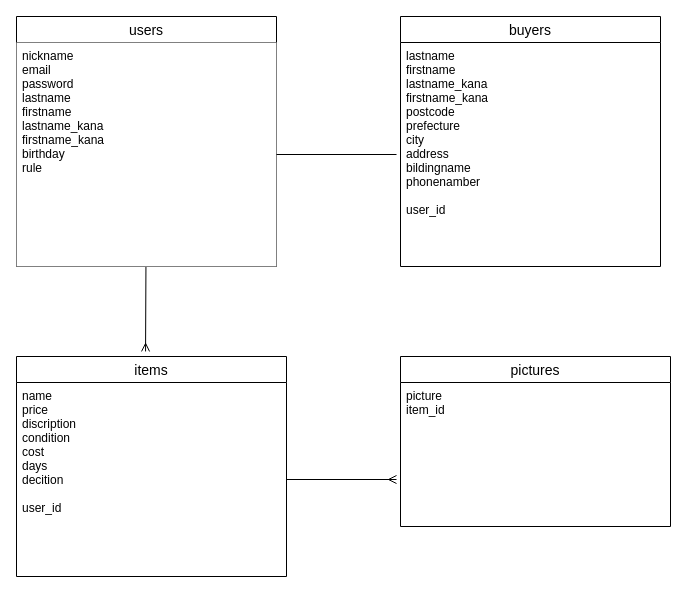
miyoon17/furima-40098 keeps this draw.io diagram as app/views/test.dio. Above is the earlier version. Source tidied: cells renumbered, new cells numbered last; positions are measured from the earlier drawing's top-left corner, leaving out a move shared by most shapes. Both pictures are drawn from the tidied source at 100%, with x=0, y=0 at pixel (16, 16).
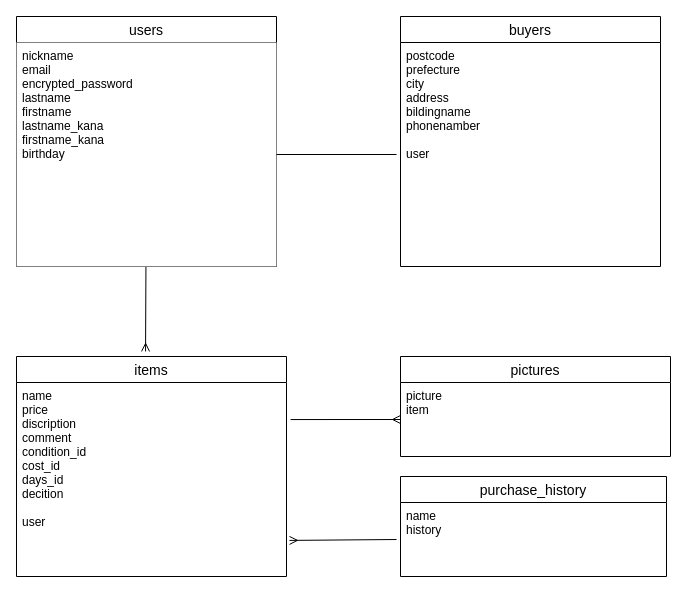
The same page after the edit.

Commit message (it also covers changes not shown here):
データベース設計 訂正

Change to the diagram source:
```diff
@@
 <mxGraphModel>
   <root>
     <mxCell id="0" />
     <mxCell id="1" parent="0" />
     <mxCell id="2" style="edgeStyle=none;html=1;entryX=0.478;entryY=-0.023;entryDx=0;entryDy=0;entryPerimeter=0;endArrow=ERmany;endFill=0;" parent="1" edge="1" source="3" target="5">
       <mxGeometry relative="1" as="geometry" />
     </mxCell>
     <mxCell id="3" value="users" style="swimlane;fontStyle=0;horizontal=1;startSize=26;align=center;fontSize=14;" parent="1" vertex="1">
       <mxGeometry width="260" height="250" as="geometry" />
     </mxCell>
-    <mxCell id="4" value="nickname&#10;email&#10;password&#10;lastname&#10;firstname&#10;lastname_kana&#10;firstname_kana&#10;birthday&#10;rule" style="text;strokeColor=none;fillColor=default;spacingLeft=4;spacingRight=4;overflow=hidden;points=[[0,0.5],[1,0.5]];portConstraint=eastwest;fontSize=12;" parent="3" vertex="1">
+    <mxCell id="4" value="nickname&#10;email&#10;encrypted_password&#10;lastname&#10;firstname&#10;lastname_kana&#10;firstname_kana&#10;birthday" style="text;strokeColor=none;fillColor=default;spacingLeft=4;spacingRight=4;overflow=hidden;points=[[0,0.5],[1,0.5]];portConstraint=eastwest;fontSize=12;" parent="3" vertex="1">
       <mxGeometry y="26" width="260" height="224" as="geometry" />
     </mxCell>
     <mxCell id="5" value="items" style="swimlane;fontStyle=0;horizontal=1;startSize=26;align=center;fontSize=14;" parent="1" vertex="1">
       <mxGeometry y="340" width="270" height="220" as="geometry" />
     </mxCell>
     <mxCell id="6" value="buyers" style="swimlane;fontStyle=0;horizontal=1;startSize=26;align=center;fontSize=14;fillColor=default;" parent="1" vertex="1">
       <mxGeometry x="384" width="260" height="250" as="geometry" />
     </mxCell>
-    <mxCell id="7" value="lastname&#10;firstname&#10;lastname_kana&#10;firstname_kana&#10;postcode&#10;prefecture&#10;city&#10;address&#10;bildingname&#10;phonenamber&#10;&#10;user_id" style="text;strokeColor=none;fillColor=none;spacingLeft=4;spacingRight=4;overflow=hidden;fontSize=12;" parent="6" vertex="1">
+    <mxCell id="7" value="postcode&#10;prefecture&#10;city&#10;address&#10;bildingname&#10;phonenamber&#10;&#10;user" style="text;strokeColor=none;fillColor=none;spacingLeft=4;spacingRight=4;overflow=hidden;fontSize=12;" parent="6" vertex="1">
       <mxGeometry y="26" width="260" height="224" as="geometry" />
     </mxCell>
     <mxCell id="8" value="pictures" style="swimlane;fontStyle=0;horizontal=1;startSize=26;align=center;fontSize=14;fillColor=default;" parent="1" vertex="1">
-      <mxGeometry x="384" y="340" width="270" height="170" as="geometry" />
+      <mxGeometry x="384" y="340" width="270" height="100" as="geometry" />
     </mxCell>
-    <mxCell id="9" value="picture&#10;item_id" style="text;strokeColor=none;fillColor=none;spacingLeft=4;spacingRight=4;overflow=hidden;points=[[0,0.5],[1,0.5]];portConstraint=eastwest;fontSize=12;" parent="8" vertex="1">
-      <mxGeometry y="26" width="270" height="144" as="geometry" />
+    <mxCell id="9" value="picture&#10;item" style="text;strokeColor=none;fillColor=none;spacingLeft=4;spacingRight=4;overflow=hidden;points=[[0,0.5],[1,0.5]];portConstraint=eastwest;fontSize=12;" parent="8" vertex="1">
+      <mxGeometry y="26" width="270" height="74" as="geometry" />
     </mxCell>
-    <mxCell id="10" style="edgeStyle=none;html=1;endArrow=ERmany;endFill=0;" parent="1" edge="1" source="11">
-      <mxGeometry relative="1" as="geometry">
-        <mxPoint x="380" y="463" as="targetPoint" />
-      </mxGeometry>
+    <mxCell id="10" style="edgeStyle=none;html=1;endArrow=ERmany;endFill=0;entryX=0;entryY=0.5;entryDx=0;entryDy=0;exitX=1.015;exitY=0.191;exitDx=0;exitDy=0;exitPerimeter=0;" parent="1" edge="1" source="11" target="9">
+      <mxGeometry relative="1" as="geometry" />
     </mxCell>
-    <mxCell id="11" value="name&#10;price&#10;discription&#10;condition&#10;cost&#10;days&#10;decition&#10;&#10;user_id" style="text;strokeColor=none;fillColor=none;spacingLeft=4;spacingRight=4;overflow=hidden;points=[[0,0.5],[1,0.5]];portConstraint=eastwest;fontSize=12;" parent="1" vertex="1">
+    <mxCell id="11" value="name&#10;price&#10;discription&#10;comment&#10;condition_id&#10;cost_id&#10;days_id&#10;decition&#10;&#10;user" style="text;strokeColor=none;fillColor=none;spacingLeft=4;spacingRight=4;overflow=hidden;points=[[0,0.5],[1,0.5]];portConstraint=eastwest;fontSize=12;" parent="1" vertex="1">
       <mxGeometry y="366" width="270" height="194" as="geometry" />
     </mxCell>
     <mxCell id="12" style="edgeStyle=none;html=1;endArrow=none;endFill=0;" parent="1" edge="1" source="4">
       <mxGeometry relative="1" as="geometry">
         <mxPoint x="380" y="138" as="targetPoint" />
       </mxGeometry>
     </mxCell>
+    <mxCell id="13" value="purchase_history" style="swimlane;fontStyle=0;horizontal=1;startSize=26;align=center;fontSize=14;fillColor=default;" parent="1" vertex="1">
+      <mxGeometry x="384" y="460" width="266" height="100" as="geometry" />
+    </mxCell>
+    <mxCell id="14" value="name&#10;history&#10;" style="text;strokeColor=none;fillColor=none;spacingLeft=4;spacingRight=4;overflow=hidden;fontSize=12;" parent="13" vertex="1">
+      <mxGeometry y="26" width="266" height="74" as="geometry" />
+    </mxCell>
+    <mxCell id="15" style="edgeStyle=none;html=1;endArrow=ERmany;endFill=0;entryX=1.011;entryY=0.814;entryDx=0;entryDy=0;entryPerimeter=0;" parent="1" edge="1" target="11">
+      <mxGeometry relative="1" as="geometry">
+        <mxPoint x="380" y="523" as="sourcePoint" />
+      </mxGeometry>
+    </mxCell>
   </root>
 </mxGraphModel>
```
